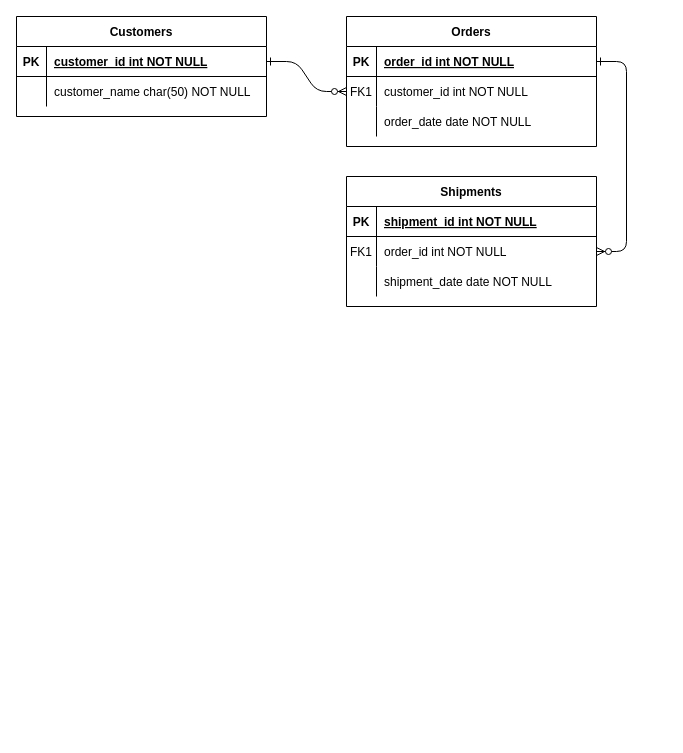
The draw.io diagram Cinema Company.drawio in Cowsox/Cowsox, before the edit. Source tidied: cells renumbered, new cells numbered last; positions are measured from the earlier drawing's top-left corner, leaving out a move shared by most shapes. Both pictures are drawn from the tidied source at 100%, with x=0, y=0 at pixel (16, 16).
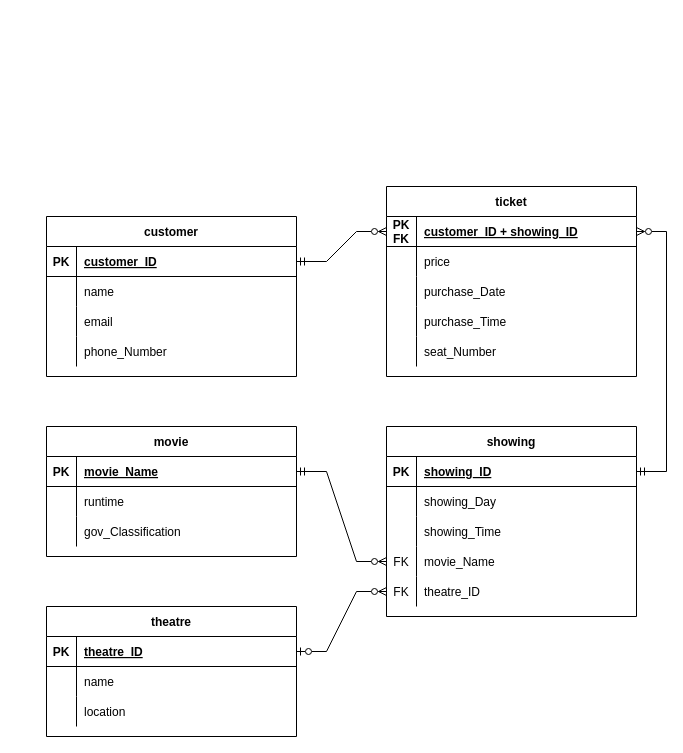
The same page after the edit.

The change refers to these unchanged cells:
```xml
<mxCell id="5" style="shape=partialRectangle;fillColor=none;points=[[0,0.5],[1,0.5]];portConstraint=eastwest;top=0;left=0;right=0;bottom=1;" parent="4" vertex="1">
  <mxGeometry y="30" width="250" height="30" as="geometry" />
</mxCell>
<mxCell id="8" style="shape=partialRectangle;fillColor=none;points=[[0,0.5],[1,0.5]];portConstraint=eastwest;top=0;left=0;right=0;bottom=0;" parent="4" vertex="1">
  <mxGeometry y="60" width="250" height="30" as="geometry" />
</mxCell>
<mxCell id="11" style="shape=partialRectangle;fillColor=none;top=0;left=0;right=0;bottom=0;" parent="4" vertex="1">
  <mxGeometry y="90" width="250" height="30" as="geometry" />
</mxCell>
<mxCell id="25" style="shape=partialRectangle;fillColor=none;points=[[0,0.5],[1,0.5]];portConstraint=eastwest;top=0;left=0;right=0;bottom=1;" parent="24" vertex="1">
  <mxGeometry y="30" width="250" height="30" as="geometry" />
</mxCell>
```

What changed in the source:
```diff
@@
-    <mxCell id="2" style="edgeStyle=entityRelationEdgeStyle;endArrow=ERzeroToMany;startArrow=ERone;endFill=1;startFill=0;" parent="1" edge="1" source="25" target="8">
-      <mxGeometry relative="1" as="geometry" />
-    </mxCell>
-    <mxCell id="3" style="edgeStyle=entityRelationEdgeStyle;endArrow=ERzeroToMany;startArrow=ERone;endFill=1;startFill=0;" parent="1" edge="1" source="5" target="18">
-      <mxGeometry relative="1" as="geometry" />
-    </mxCell>
-    <mxCell id="4" value="Orders" style="shape=table;startSize=30;childLayout=tableLayout;rowLines=0;fontStyle=1;align=center;" parent="1" vertex="1">
-      <mxGeometry x="330" width="250" height="130" as="geometry" />
+    <mxCell id="4" value="customer" style="shape=table;startSize=30;childLayout=tableLayout;rowLines=0;fontStyle=1;align=center;" parent="1" vertex="1">
+      <mxGeometry x="30" y="200" width="250" height="160" as="geometry" />
     </mxCell>
@@
-    <mxCell id="7" value="order_id int NOT NULL " style="shape=partialRectangle;overflow=hidden;fillColor=none;top=0;left=0;bottom=0;right=0;align=left;spacingLeft=6;fontStyle=5;" parent="5" vertex="1">
+    <mxCell id="7" value="customer_ID" style="shape=partialRectangle;overflow=hidden;fillColor=none;top=0;left=0;bottom=0;right=0;align=left;spacingLeft=6;fontStyle=5;" parent="5" vertex="1">
       <mxGeometry x="30" width="220" height="30" as="geometry" />
     </mxCell>
@@
-    <mxCell id="9" value="FK1" style="shape=partialRectangle;overflow=hidden;fillColor=none;top=0;left=0;bottom=0;right=0;" parent="8" vertex="1">
+    <mxCell id="9" style="shape=partialRectangle;overflow=hidden;fillColor=none;top=0;left=0;bottom=0;right=0;" parent="8" vertex="1">
       <mxGeometry width="30" height="30" as="geometry" />
     </mxCell>
-    <mxCell id="10" value="customer_id int NOT NULL" style="shape=partialRectangle;overflow=hidden;fillColor=none;top=0;left=0;bottom=0;right=0;align=left;spacingLeft=6;" parent="8" vertex="1">
+    <mxCell id="10" value="name" style="shape=partialRectangle;overflow=hidden;fillColor=none;top=0;left=0;bottom=0;right=0;align=left;spacingLeft=6;" parent="8" vertex="1">
       <mxGeometry x="30" width="220" height="30" as="geometry" />
     </mxCell>
@@
-    <mxCell id="13" value="order_date date NOT NULL" style="shape=partialRectangle;overflow=hidden;fillColor=none;top=0;left=0;bottom=0;right=0;align=left;spacingLeft=6;" parent="11" vertex="1">
+    <mxCell id="13" value="email" style="shape=partialRectangle;overflow=hidden;fillColor=none;top=0;left=0;bottom=0;right=0;align=left;spacingLeft=6;" parent="11" vertex="1">
       <mxGeometry x="30" width="220" height="30" as="geometry" />
     </mxCell>
-    <mxCell id="14" value="Shipments" style="shape=table;startSize=30;childLayout=tableLayout;rowLines=0;fontStyle=1;align=center;" parent="1" vertex="1">
-      <mxGeometry x="330" y="160" width="250" height="130" as="geometry" />
-    </mxCell>
-    <mxCell id="15" style="shape=partialRectangle;fillColor=none;top=0;left=0;right=0;bottom=1;" parent="14" vertex="1">
-      <mxGeometry y="30" width="250" height="30" as="geometry" />
-    </mxCell>
-    <mxCell id="16" value="PK" style="shape=partialRectangle;overflow=hidden;fillColor=none;top=0;left=0;bottom=0;right=0;fontStyle=1;" parent="15" vertex="1">
-      <mxGeometry width="30" height="30" as="geometry" />
-    </mxCell>
-    <mxCell id="17" value="shipment_id int NOT NULL " style="shape=partialRectangle;overflow=hidden;fillColor=none;top=0;left=0;bottom=0;right=0;align=left;spacingLeft=6;fontStyle=5;" parent="15" vertex="1">
-      <mxGeometry x="30" width="220" height="30" as="geometry" />
-    </mxCell>
-    <mxCell id="18" style="shape=partialRectangle;fillColor=none;points=[[0,0.5],[1,0.5]];portConstraint=eastwest;top=0;left=0;right=0;bottom=0;" parent="14" vertex="1">
-      <mxGeometry y="60" width="250" height="30" as="geometry" />
-    </mxCell>
-    <mxCell id="19" value="FK1" style="shape=partialRectangle;overflow=hidden;fillColor=none;top=0;left=0;bottom=0;right=0;" parent="18" vertex="1">
-      <mxGeometry width="30" height="30" as="geometry" />
-    </mxCell>
-    <mxCell id="20" value="order_id int NOT NULL" style="shape=partialRectangle;overflow=hidden;fillColor=none;top=0;left=0;bottom=0;right=0;align=left;spacingLeft=6;" parent="18" vertex="1">
-      <mxGeometry x="30" width="220" height="30" as="geometry" />
-    </mxCell>
-    <mxCell id="21" style="shape=partialRectangle;fillColor=none;top=0;left=0;right=0;bottom=0;" parent="14" vertex="1">
-      <mxGeometry y="90" width="250" height="30" as="geometry" />
-    </mxCell>
-    <mxCell id="22" style="shape=partialRectangle;overflow=hidden;fillColor=none;top=0;left=0;bottom=0;right=0;" parent="21" vertex="1">
-      <mxGeometry width="30" height="30" as="geometry" />
-    </mxCell>
-    <mxCell id="23" value="shipment_date date NOT NULL" style="shape=partialRectangle;overflow=hidden;fillColor=none;top=0;left=0;bottom=0;right=0;align=left;spacingLeft=6;" parent="21" vertex="1">
-      <mxGeometry x="30" width="220" height="30" as="geometry" />
-    </mxCell>
+    <mxCell id="31" style="shape=partialRectangle;fillColor=none;top=0;left=0;right=0;bottom=0;" parent="4" vertex="1">
+      <mxGeometry y="120" width="250" height="30" as="geometry" />
+    </mxCell>
+    <mxCell id="32" style="shape=partialRectangle;overflow=hidden;fillColor=none;top=0;left=0;bottom=0;right=0;" parent="31" vertex="1">
+      <mxGeometry width="30" height="30" as="geometry" />
+    </mxCell>
+    <mxCell id="33" value="phone_Number" style="shape=partialRectangle;overflow=hidden;fillColor=none;top=0;left=0;bottom=0;right=0;align=left;spacingLeft=6;" parent="31" vertex="1">
+      <mxGeometry x="30" width="220" height="30" as="geometry" />
+    </mxCell>
-    <mxCell id="24" value="Customers" style="shape=table;startSize=30;childLayout=tableLayout;rowLines=0;fontStyle=1;align=center;" parent="1" vertex="1">
-      <mxGeometry width="250" height="100" as="geometry" />
+    <mxCell id="24" value="theatre" style="shape=table;startSize=30;childLayout=tableLayout;rowLines=0;fontStyle=1;align=center;" parent="1" vertex="1">
+      <mxGeometry x="30" y="590" width="250" height="130" as="geometry" />
     </mxCell>
@@
-    <mxCell id="27" value="customer_id int NOT NULL " style="shape=partialRectangle;overflow=hidden;fillColor=none;top=0;left=0;bottom=0;right=0;align=left;spacingLeft=6;fontStyle=5;" parent="25" vertex="1">
+    <mxCell id="27" value="theatre_ID" style="shape=partialRectangle;overflow=hidden;fillColor=none;top=0;left=0;bottom=0;right=0;align=left;spacingLeft=6;fontStyle=5;" parent="25" vertex="1">
       <mxGeometry x="30" width="220" height="30" as="geometry" />
     </mxCell>
+    <mxCell id="34" style="shape=partialRectangle;fillColor=none;top=0;left=0;right=0;bottom=0;" parent="24" vertex="1">
+      <mxGeometry y="60" width="250" height="30" as="geometry" />
+    </mxCell>
+    <mxCell id="35" style="shape=partialRectangle;overflow=hidden;fillColor=none;top=0;left=0;bottom=0;right=0;" parent="34" vertex="1">
+      <mxGeometry width="30" height="30" as="geometry" />
+    </mxCell>
+    <mxCell id="36" value="name" style="shape=partialRectangle;overflow=hidden;fillColor=none;top=0;left=0;bottom=0;right=0;align=left;spacingLeft=6;" parent="34" vertex="1">
+      <mxGeometry x="30" width="220" height="30" as="geometry" />
+    </mxCell>
     <mxCell id="28" style="shape=partialRectangle;fillColor=none;top=0;left=0;right=0;bottom=0;" parent="24" vertex="1">
-      <mxGeometry y="60" width="250" height="30" as="geometry" />
+      <mxGeometry y="90" width="250" height="30" as="geometry" />
     </mxCell>
@@
-    <mxCell id="30" value="customer_name char(50) NOT NULL" style="shape=partialRectangle;overflow=hidden;fillColor=none;top=0;left=0;bottom=0;right=0;align=left;spacingLeft=6;" parent="28" vertex="1">
+    <mxCell id="30" value="location" style="shape=partialRectangle;overflow=hidden;fillColor=none;top=0;left=0;bottom=0;right=0;align=left;spacingLeft=6;" parent="28" vertex="1">
       <mxGeometry x="30" width="220" height="30" as="geometry" />
     </mxCell>
+    <mxCell id="37" value="ticket" style="shape=table;startSize=30;childLayout=tableLayout;rowLines=0;fontStyle=1;align=center;" parent="1" vertex="1">
+      <mxGeometry x="370" y="170" width="250" height="190" as="geometry" />
+    </mxCell>
+    <mxCell id="38" style="shape=partialRectangle;fillColor=none;points=[[0,0.5],[1,0.5]];portConstraint=eastwest;top=0;left=0;right=0;bottom=1;" parent="37" vertex="1">
+      <mxGeometry y="30" width="250" height="30" as="geometry" />
+    </mxCell>
+    <mxCell id="39" value="PK&#10;FK" style="shape=partialRectangle;overflow=hidden;fillColor=none;top=0;left=0;bottom=0;right=0;fontStyle=1;" parent="38" vertex="1">
+      <mxGeometry width="30" height="30" as="geometry" />
+    </mxCell>
+    <mxCell id="40" value="customer_ID + showing_ID" style="shape=partialRectangle;overflow=hidden;fillColor=none;top=0;left=0;bottom=0;right=0;align=left;spacingLeft=6;fontStyle=5;" parent="38" vertex="1">
+      <mxGeometry x="30" width="220" height="30" as="geometry" />
+    </mxCell>
+    <mxCell id="41" style="shape=partialRectangle;fillColor=none;top=0;left=0;right=0;bottom=0;" parent="37" vertex="1">
+      <mxGeometry y="60" width="250" height="30" as="geometry" />
+    </mxCell>
+    <mxCell id="42" style="shape=partialRectangle;overflow=hidden;fillColor=none;top=0;left=0;bottom=0;right=0;" parent="41" vertex="1">
+      <mxGeometry width="30" height="30" as="geometry" />
+    </mxCell>
+    <mxCell id="43" value="price" style="shape=partialRectangle;overflow=hidden;fillColor=none;top=0;left=0;bottom=0;right=0;align=left;spacingLeft=6;" parent="41" vertex="1">
+      <mxGeometry x="30" width="220" height="30" as="geometry" />
+    </mxCell>
+    <mxCell id="44" style="shape=partialRectangle;fillColor=none;top=0;left=0;right=0;bottom=0;" parent="37" vertex="1">
+      <mxGeometry y="90" width="250" height="30" as="geometry" />
+    </mxCell>
+    <mxCell id="45" style="shape=partialRectangle;overflow=hidden;fillColor=none;top=0;left=0;bottom=0;right=0;" parent="44" vertex="1">
+      <mxGeometry width="30" height="30" as="geometry" />
+    </mxCell>
+    <mxCell id="46" value="purchase_Date" style="shape=partialRectangle;overflow=hidden;fillColor=none;top=0;left=0;bottom=0;right=0;align=left;spacingLeft=6;" parent="44" vertex="1">
+      <mxGeometry x="30" width="220" height="30" as="geometry" />
+    </mxCell>
+    <mxCell id="47" style="shape=partialRectangle;fillColor=none;top=0;left=0;right=0;bottom=0;" parent="37" vertex="1">
+      <mxGeometry y="120" width="250" height="30" as="geometry" />
+    </mxCell>
+    <mxCell id="48" style="shape=partialRectangle;overflow=hidden;fillColor=none;top=0;left=0;bottom=0;right=0;" parent="47" vertex="1">
+      <mxGeometry width="30" height="30" as="geometry" />
+    </mxCell>
+    <mxCell id="49" value="purchase_Time" style="shape=partialRectangle;overflow=hidden;fillColor=none;top=0;left=0;bottom=0;right=0;align=left;spacingLeft=6;" parent="47" vertex="1">
+      <mxGeometry x="30" width="220" height="30" as="geometry" />
+    </mxCell>
+    <mxCell id="50" style="shape=partialRectangle;fillColor=none;top=0;left=0;right=0;bottom=0;" parent="37" vertex="1">
+      <mxGeometry y="150" width="250" height="30" as="geometry" />
+    </mxCell>
+    <mxCell id="51" style="shape=partialRectangle;overflow=hidden;fillColor=none;top=0;left=0;bottom=0;right=0;" parent="50" vertex="1">
+      <mxGeometry width="30" height="30" as="geometry" />
+    </mxCell>
+    <mxCell id="52" value="seat_Number" style="shape=partialRectangle;overflow=hidden;fillColor=none;top=0;left=0;bottom=0;right=0;align=left;spacingLeft=6;" parent="50" vertex="1">
+      <mxGeometry x="30" width="220" height="30" as="geometry" />
+    </mxCell>
+    <mxCell id="53" value="showing" style="shape=table;startSize=30;childLayout=tableLayout;rowLines=0;fontStyle=1;align=center;" parent="1" vertex="1">
+      <mxGeometry x="370" y="410" width="250" height="190" as="geometry" />
+    </mxCell>
+    <mxCell id="54" style="shape=partialRectangle;fillColor=none;points=[[0,0.5],[1,0.5]];portConstraint=eastwest;top=0;left=0;right=0;bottom=1;" parent="53" vertex="1">
+      <mxGeometry y="30" width="250" height="30" as="geometry" />
+    </mxCell>
+    <mxCell id="55" value="PK" style="shape=partialRectangle;overflow=hidden;fillColor=none;top=0;left=0;bottom=0;right=0;fontStyle=1;" parent="54" vertex="1">
+      <mxGeometry width="30" height="30" as="geometry" />
+    </mxCell>
+    <mxCell id="56" value="showing_ID" style="shape=partialRectangle;overflow=hidden;fillColor=none;top=0;left=0;bottom=0;right=0;align=left;spacingLeft=6;fontStyle=5;" parent="54" vertex="1">
+      <mxGeometry x="30" width="220" height="30" as="geometry" />
+    </mxCell>
+    <mxCell id="57" style="shape=partialRectangle;fillColor=none;top=0;left=0;right=0;bottom=0;" parent="53" vertex="1">
+      <mxGeometry y="60" width="250" height="30" as="geometry" />
+    </mxCell>
+    <mxCell id="58" style="shape=partialRectangle;overflow=hidden;fillColor=none;top=0;left=0;bottom=0;right=0;" parent="57" vertex="1">
+      <mxGeometry width="30" height="30" as="geometry" />
+    </mxCell>
+    <mxCell id="59" value="showing_Day" style="shape=partialRectangle;overflow=hidden;fillColor=none;top=0;left=0;bottom=0;right=0;align=left;spacingLeft=6;" parent="57" vertex="1">
+      <mxGeometry x="30" width="220" height="30" as="geometry" />
+    </mxCell>
+    <mxCell id="60" style="shape=partialRectangle;fillColor=none;top=0;left=0;right=0;bottom=0;" parent="53" vertex="1">
+      <mxGeometry y="90" width="250" height="30" as="geometry" />
+    </mxCell>
+    <mxCell id="61" style="shape=partialRectangle;overflow=hidden;fillColor=none;top=0;left=0;bottom=0;right=0;" parent="60" vertex="1">
+      <mxGeometry width="30" height="30" as="geometry" />
+    </mxCell>
+    <mxCell id="62" value="showing_Time" style="shape=partialRectangle;overflow=hidden;fillColor=none;top=0;left=0;bottom=0;right=0;align=left;spacingLeft=6;" parent="60" vertex="1">
+      <mxGeometry x="30" width="220" height="30" as="geometry" />
+    </mxCell>
+    <mxCell id="63" style="shape=partialRectangle;fillColor=none;points=[[0,0.5],[1,0.5]];portConstraint=eastwest;top=0;left=0;right=0;bottom=0;" parent="53" vertex="1">
+      <mxGeometry y="120" width="250" height="30" as="geometry" />
+    </mxCell>
+    <mxCell id="64" value="FK" style="shape=partialRectangle;overflow=hidden;fillColor=none;top=0;left=0;bottom=0;right=0;" parent="63" vertex="1">
+      <mxGeometry width="30" height="30" as="geometry" />
+    </mxCell>
+    <mxCell id="65" value="movie_Name" style="shape=partialRectangle;overflow=hidden;fillColor=none;top=0;left=0;bottom=0;right=0;align=left;spacingLeft=6;" parent="63" vertex="1">
+      <mxGeometry x="30" width="220" height="30" as="geometry" />
+    </mxCell>
+    <mxCell id="66" style="shape=partialRectangle;fillColor=none;points=[[0,0.5],[1,0.5]];portConstraint=eastwest;top=0;left=0;right=0;bottom=0;" parent="53" vertex="1">
+      <mxGeometry y="150" width="250" height="30" as="geometry" />
+    </mxCell>
+    <mxCell id="67" value="FK" style="shape=partialRectangle;overflow=hidden;fillColor=none;top=0;left=0;bottom=0;right=0;" parent="66" vertex="1">
+      <mxGeometry width="30" height="30" as="geometry" />
+    </mxCell>
+    <mxCell id="68" value="theatre_ID" style="shape=partialRectangle;overflow=hidden;fillColor=none;top=0;left=0;bottom=0;right=0;align=left;spacingLeft=6;" parent="66" vertex="1">
+      <mxGeometry x="30" width="220" height="30" as="geometry" />
+    </mxCell>
+    <mxCell id="69" value="movie" style="shape=table;startSize=30;childLayout=tableLayout;rowLines=0;fontStyle=1;align=center;" parent="1" vertex="1">
+      <mxGeometry x="30" y="410" width="250" height="130" as="geometry" />
+    </mxCell>
+    <mxCell id="70" style="shape=partialRectangle;fillColor=none;points=[[0,0.5],[1,0.5]];portConstraint=eastwest;top=0;left=0;right=0;bottom=1;" parent="69" vertex="1">
+      <mxGeometry y="30" width="250" height="30" as="geometry" />
+    </mxCell>
+    <mxCell id="71" value="PK" style="shape=partialRectangle;overflow=hidden;fillColor=none;top=0;left=0;bottom=0;right=0;fontStyle=1;" parent="70" vertex="1">
+      <mxGeometry width="30" height="30" as="geometry" />
+    </mxCell>
+    <mxCell id="72" value="movie_Name" style="shape=partialRectangle;overflow=hidden;fillColor=none;top=0;left=0;bottom=0;right=0;align=left;spacingLeft=6;fontStyle=5;" parent="70" vertex="1">
+      <mxGeometry x="30" width="220" height="30" as="geometry" />
+    </mxCell>
+    <mxCell id="73" style="shape=partialRectangle;fillColor=none;top=0;left=0;right=0;bottom=0;" parent="69" vertex="1">
+      <mxGeometry y="60" width="250" height="30" as="geometry" />
+    </mxCell>
+    <mxCell id="74" style="shape=partialRectangle;overflow=hidden;fillColor=none;top=0;left=0;bottom=0;right=0;" parent="73" vertex="1">
+      <mxGeometry width="30" height="30" as="geometry" />
+    </mxCell>
+    <mxCell id="75" value="runtime" style="shape=partialRectangle;overflow=hidden;fillColor=none;top=0;left=0;bottom=0;right=0;align=left;spacingLeft=6;" parent="73" vertex="1">
+      <mxGeometry x="30" width="220" height="30" as="geometry" />
+    </mxCell>
+    <mxCell id="76" style="shape=partialRectangle;fillColor=none;top=0;left=0;right=0;bottom=0;" parent="69" vertex="1">
+      <mxGeometry y="90" width="250" height="30" as="geometry" />
+    </mxCell>
+    <mxCell id="77" style="shape=partialRectangle;overflow=hidden;fillColor=none;top=0;left=0;bottom=0;right=0;" parent="76" vertex="1">
+      <mxGeometry width="30" height="30" as="geometry" />
+    </mxCell>
+    <mxCell id="78" value="gov_Classification" style="shape=partialRectangle;overflow=hidden;fillColor=none;top=0;left=0;bottom=0;right=0;align=left;spacingLeft=6;" parent="76" vertex="1">
+      <mxGeometry x="30" width="220" height="30" as="geometry" />
+    </mxCell>
+    <mxCell id="79" style="edgeStyle=entityRelationEdgeStyle;fontSize=12;html=1;endArrow=ERzeroToOne;startArrow=ERzeroToMany;rounded=0;startFill=0;endFill=0;" parent="1" edge="1" source="66" target="25">
+      <mxGeometry relative="1" as="geometry" />
+    </mxCell>
+    <mxCell id="80" style="edgeStyle=entityRelationEdgeStyle;fontSize=12;html=1;endArrow=ERmandOne;startArrow=ERzeroToMany;rounded=0;startFill=0;" parent="1" edge="1" source="63" target="70">
+      <mxGeometry relative="1" as="geometry" />
+    </mxCell>
+    <mxCell id="81" style="edgeStyle=entityRelationEdgeStyle;fontSize=12;html=1;endArrow=ERzeroToMany;startArrow=ERmandOne;rounded=0;endFill=0;" parent="1" edge="1" source="5" target="38">
+      <mxGeometry relative="1" as="geometry" />
+    </mxCell>
+    <mxCell id="82" style="edgeStyle=entityRelationEdgeStyle;fontSize=12;html=1;endArrow=ERmandOne;startArrow=ERzeroToMany;rounded=0;startFill=0;" parent="1" edge="1" source="38" target="54">
+      <mxGeometry relative="1" as="geometry" />
+    </mxCell>
```
